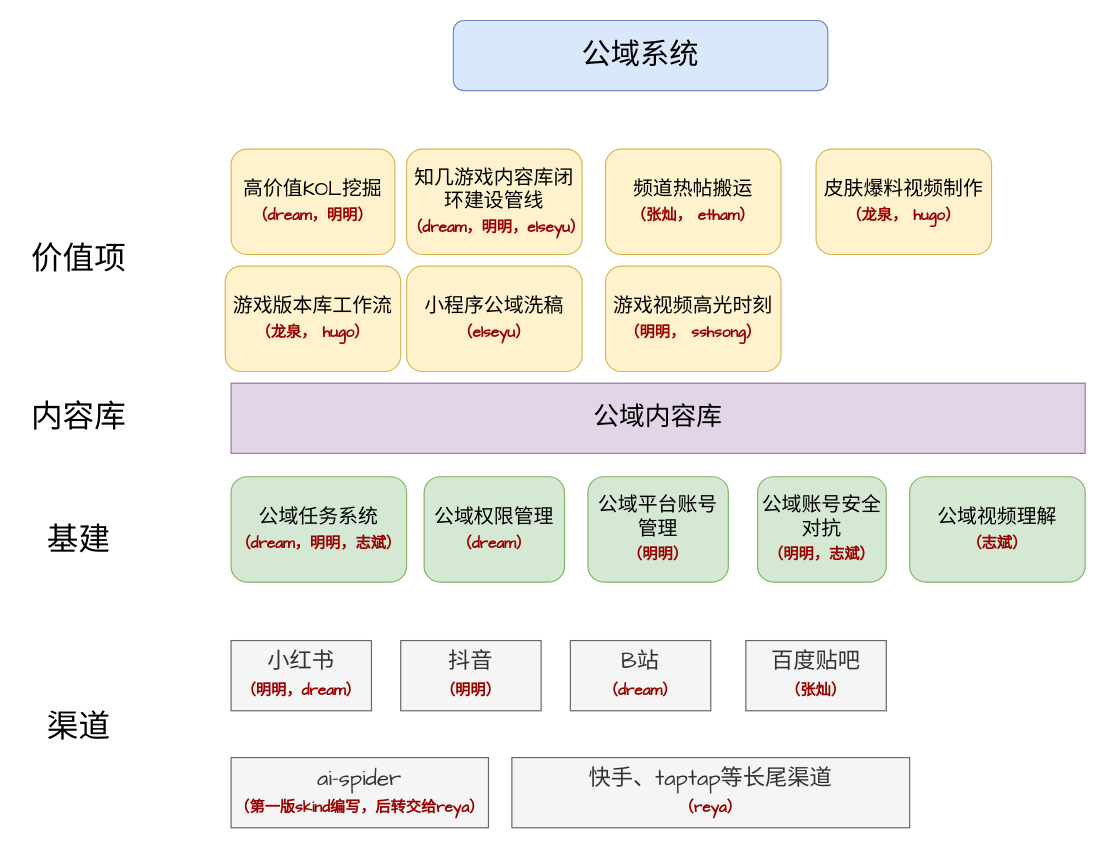
Earlier version of the draw.io diagram 私域整体.drawio (skindhu/9GAG). Source tidied: cells renumbered, new cells numbered last; positions are measured from the earlier drawing's top-left corner, leaving out a move shared by most shapes. Both pictures are drawn from the tidied source at 117%, with x=0, y=0 at pixel (20, 20).
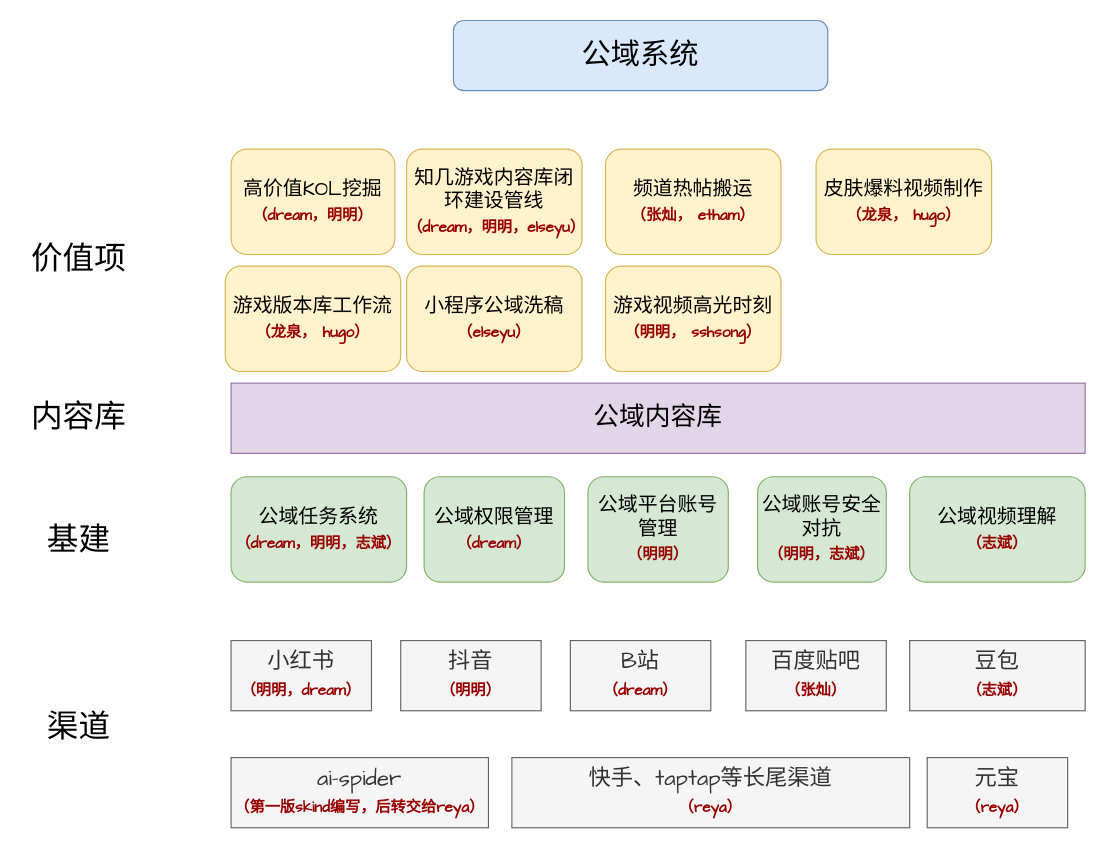
The same page after the edit.

The edit, as a diff of the source:
```diff
@@
+    <mxCell id="26" value="元宝&lt;br&gt;&lt;div&gt;&lt;b style=&quot;font-size: 17px;&quot;&gt;&lt;font style=&quot;font-size: 13px; color: rgb(153, 0, 0);&quot;&gt;（reya）&lt;/font&gt;&lt;/b&gt;&lt;/div&gt;" style="rounded=0;whiteSpace=wrap;html=1;hachureGap=4;fontFamily=Architects Daughter;fontSize=19;fillColor=#f5f5f5;fontColor=#333333;strokeColor=#666666;" parent="1" vertex="1">
+      <mxGeometry x="775" y="630" width="120" height="60" as="geometry" />
+    </mxCell>
+    <mxCell id="27" value="豆包&lt;br&gt;&lt;div&gt;&lt;b style=&quot;font-size: 17px;&quot;&gt;&lt;font style=&quot;font-size: 13px; color: rgb(153, 0, 0);&quot;&gt;（志斌）&lt;/font&gt;&lt;/b&gt;&lt;/div&gt;" style="rounded=0;whiteSpace=wrap;html=1;hachureGap=4;fontFamily=Architects Daughter;fontSize=19;fillColor=#f5f5f5;fontColor=#333333;strokeColor=#666666;" parent="1" vertex="1">
+      <mxGeometry x="760" y="530" width="150" height="60" as="geometry" />
+    </mxCell>
```
